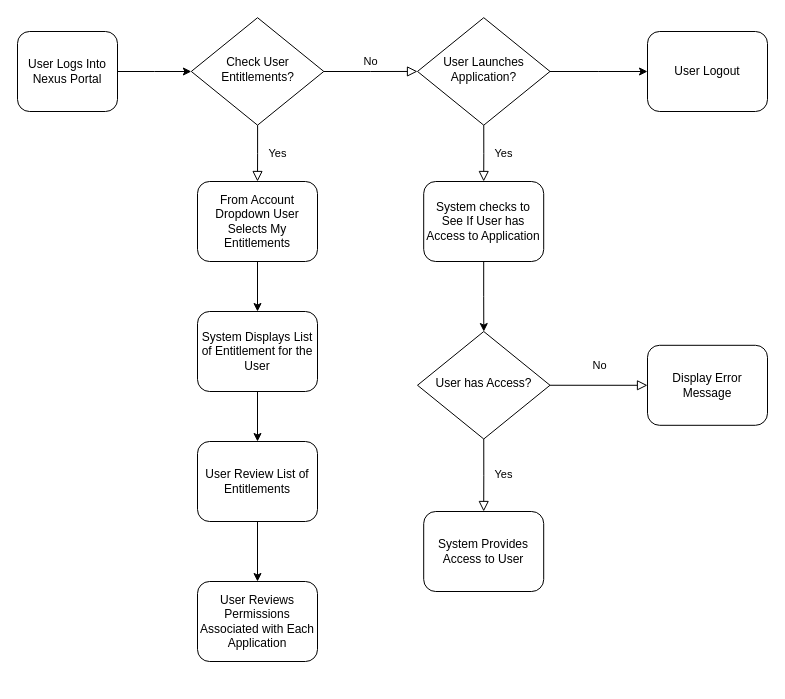
Above: page "Entitlement Check" (1 of 2) of Entitlements.drawio in xiaowei90113/Design (draw.io), before the change. Source tidied: cells renumbered, new cells numbered last; positions are measured from the earlier drawing's top-left corner, leaving out a move shared by most shapes. Both pictures are drawn from the tidied source at 100%, with x=0, y=0 at pixel (17, 17).
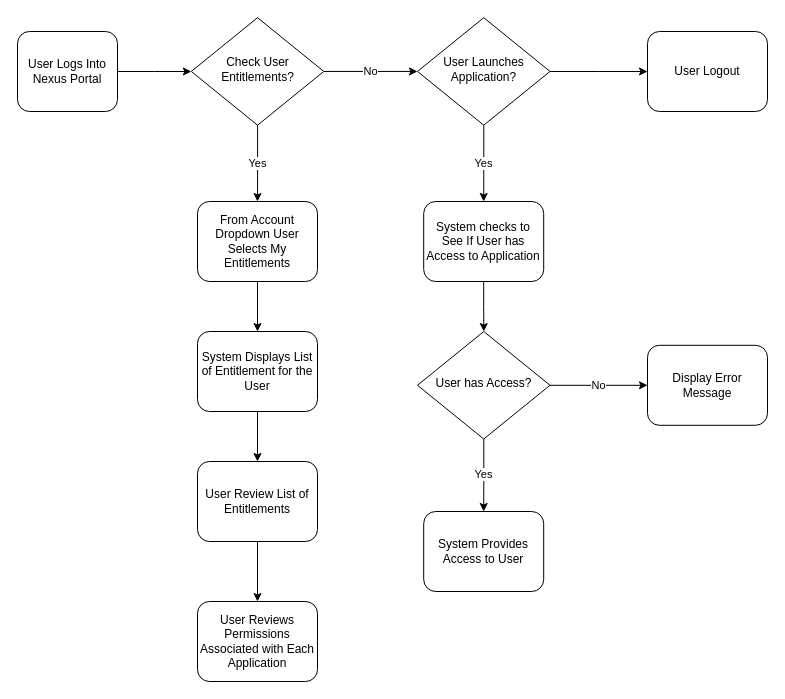
The same diagram, later.

Unchanged cells that the change refers to:
```xml
<mxCell id="6" value="Check User Entitlements?" style="rhombus;whiteSpace=wrap;html=1;shadow=0;fontFamily=Helvetica;fontSize=12;align=center;strokeWidth=1;spacing=6;spacingTop=-4;" parent="1" vertex="1">
  <mxGeometry x="173.8" y="0.2" width="132.5" height="107.5" as="geometry" />
</mxCell>
<mxCell id="15" value="User Launches Application?" style="rhombus;whiteSpace=wrap;html=1;shadow=0;fontFamily=Helvetica;fontSize=12;align=center;strokeWidth=1;spacing=6;spacingTop=-4;" parent="1" vertex="1">
  <mxGeometry x="400" y="0.2" width="132.5" height="107.5" as="geometry" />
</mxCell>
<mxCell id="19" value="User has Access?" style="rhombus;whiteSpace=wrap;html=1;shadow=0;fontFamily=Helvetica;fontSize=12;align=center;strokeWidth=1;spacing=6;spacingTop=-4;" parent="1" vertex="1">
  <mxGeometry x="400" y="314" width="132.5" height="107.5" as="geometry" />
</mxCell>
<mxCell id="20" value="Display Error Message" style="rounded=1;whiteSpace=wrap;html=1;fontSize=12;glass=0;strokeWidth=1;shadow=0;" parent="1" vertex="1">
  <mxGeometry x="630" y="327.8" width="120" height="80" as="geometry" />
</mxCell>
<mxCell id="21" value="System Provides Access to User" style="rounded=1;whiteSpace=wrap;html=1;fontSize=12;glass=0;strokeWidth=1;shadow=0;" parent="1" vertex="1">
  <mxGeometry x="406.2" y="494" width="120" height="80" as="geometry" />
</mxCell>
```

What changed in the source:
```diff
@@
+    <mxCell id="5" value="No" style="edgeStyle=orthogonalEdgeStyle;rounded=0;jettySize=auto;html=1;" parent="1" edge="1" source="6" target="15">
+      <mxGeometry relative="1" as="geometry" />
+    </mxCell>
-    <mxCell id="4" value="Yes" style="rounded=0;html=1;jettySize=auto;fontSize=11;endArrow=block;endFill=0;endSize=8;strokeWidth=1;shadow=0;labelBackgroundColor=none;edgeStyle=orthogonalEdgeStyle;entryX=0.5;entryY=0;entryDx=0;entryDy=0;" parent="1" edge="1" source="6" target="8">
-      <mxGeometry y="20" relative="1" as="geometry" />
+    <mxCell id="4" value="Yes" style="edgeStyle=orthogonalEdgeStyle;rounded=0;jettySize=auto;html=1;" parent="1" edge="1" source="6" target="8">
+      <mxGeometry relative="1" as="geometry" />
     </mxCell>
-    <mxCell id="5" value="No" style="edgeStyle=orthogonalEdgeStyle;rounded=0;html=1;jettySize=auto;fontSize=11;endArrow=block;endFill=0;endSize=8;strokeWidth=1;shadow=0;labelBackgroundColor=none;entryX=0;entryY=0.5;entryDx=0;entryDy=0;" parent="1" edge="1" source="6" target="15">
-      <mxGeometry y="10" relative="1" as="geometry" />
-    </mxCell>
@@
     <mxCell id="8" value="From Account Dropdown User Selects My Entitlements" style="rounded=1;whiteSpace=wrap;html=1;fontSize=12;glass=0;strokeWidth=1;shadow=0;" parent="1" vertex="1">
-      <mxGeometry x="180" y="164" width="120" height="80" as="geometry" />
+      <mxGeometry x="180" y="184" width="120" height="80" as="geometry" />
     </mxCell>
@@
     <mxCell id="10" value="System Displays List of Entitlement for the User" style="rounded=1;whiteSpace=wrap;html=1;fontSize=12;glass=0;strokeWidth=1;shadow=0;" parent="1" vertex="1">
-      <mxGeometry x="180" y="294" width="120" height="80" as="geometry" />
+      <mxGeometry x="180" y="314" width="120" height="80" as="geometry" />
     </mxCell>
@@
     <mxCell id="12" value="User Review List of Entitlements" style="rounded=1;whiteSpace=wrap;html=1;fontSize=12;glass=0;strokeWidth=1;shadow=0;" parent="1" vertex="1">
-      <mxGeometry x="180" y="424" width="120" height="80" as="geometry" />
+      <mxGeometry x="180" y="444" width="120" height="80" as="geometry" />
     </mxCell>
     <mxCell id="13" value="User Reviews Permissions Associated with Each Application" style="rounded=1;whiteSpace=wrap;html=1;fontSize=12;glass=0;strokeWidth=1;shadow=0;" parent="1" vertex="1">
-      <mxGeometry x="180" y="564" width="120" height="80" as="geometry" />
+      <mxGeometry x="180" y="584" width="120" height="80" as="geometry" />
     </mxCell>
@@
+    <mxCell id="18" value="Yes" style="edgeStyle=orthogonalEdgeStyle;rounded=0;jettySize=auto;html=1;" parent="1" edge="1" source="15" target="17">
+      <mxGeometry relative="1" as="geometry" />
+    </mxCell>
@@
     <mxCell id="17" value="System checks to See If User has Access to Application" style="rounded=1;whiteSpace=wrap;html=1;fontSize=12;glass=0;strokeWidth=1;shadow=0;" parent="1" vertex="1">
-      <mxGeometry x="406.2" y="164" width="120" height="80" as="geometry" />
+      <mxGeometry x="406.2" y="184" width="120" height="80" as="geometry" />
     </mxCell>
-    <mxCell id="18" value="Yes" style="rounded=0;html=1;jettySize=auto;fontSize=11;endArrow=block;endFill=0;endSize=8;strokeWidth=1;shadow=0;labelBackgroundColor=none;edgeStyle=orthogonalEdgeStyle;entryX=0.5;entryY=0;entryDx=0;entryDy=0;exitX=0.5;exitY=1;exitDx=0;exitDy=0;" parent="1" edge="1" source="15" target="17">
-      <mxGeometry y="20" relative="1" as="geometry" />
-    </mxCell>
+    <mxCell id="23" value="No" style="edgeStyle=orthogonalEdgeStyle;rounded=0;jettySize=auto;html=1;" parent="1" edge="1" source="19" target="20">
+      <mxGeometry relative="1" as="geometry" />
+    </mxCell>
+    <mxCell id="22" value="Yes" style="edgeStyle=orthogonalEdgeStyle;rounded=0;jettySize=auto;html=1;" parent="1" edge="1" source="19" target="21">
+      <mxGeometry relative="1" as="geometry" />
+    </mxCell>
@@
-    <mxCell id="22" value="Yes" style="rounded=0;html=1;jettySize=auto;fontSize=11;endArrow=block;endFill=0;endSize=8;strokeWidth=1;shadow=0;labelBackgroundColor=none;edgeStyle=orthogonalEdgeStyle;entryX=0.5;entryY=0;entryDx=0;entryDy=0;exitX=0.5;exitY=1;exitDx=0;exitDy=0;" parent="1" edge="1" source="19" target="21">
-      <mxGeometry y="20" relative="1" as="geometry" />
-    </mxCell>
-    <mxCell id="23" value="No" style="rounded=0;html=1;jettySize=auto;fontSize=11;endArrow=block;endFill=0;endSize=8;strokeWidth=1;shadow=0;labelBackgroundColor=none;edgeStyle=orthogonalEdgeStyle;entryX=0;entryY=0.5;entryDx=0;entryDy=0;exitX=1;exitY=0.5;exitDx=0;exitDy=0;" parent="1" edge="1" source="19" target="20">
-      <mxGeometry y="20" relative="1" as="geometry" />
-    </mxCell>
```
